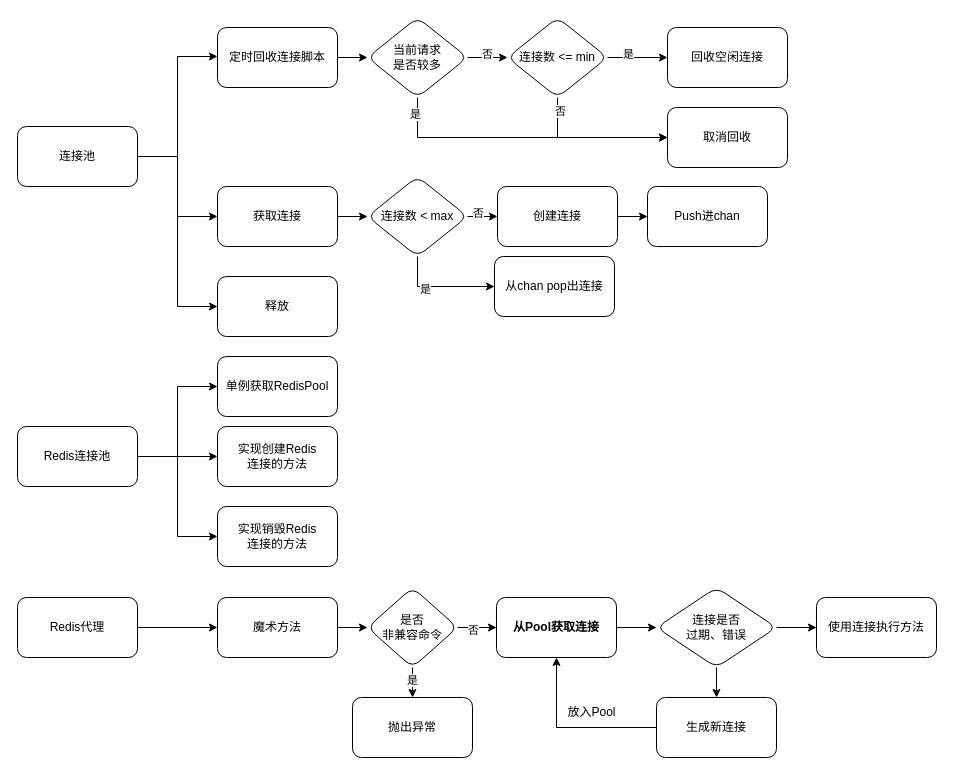
The draw.io diagram 连接池.drawio in dingdu/7days-golang, before the edit. Source tidied: cells renumbered, new cells numbered last; positions are measured from the earlier drawing's top-left corner, leaving out a move shared by most shapes. Both pictures are drawn from the tidied source at 100%, with x=0, y=0 at pixel (17, 17).
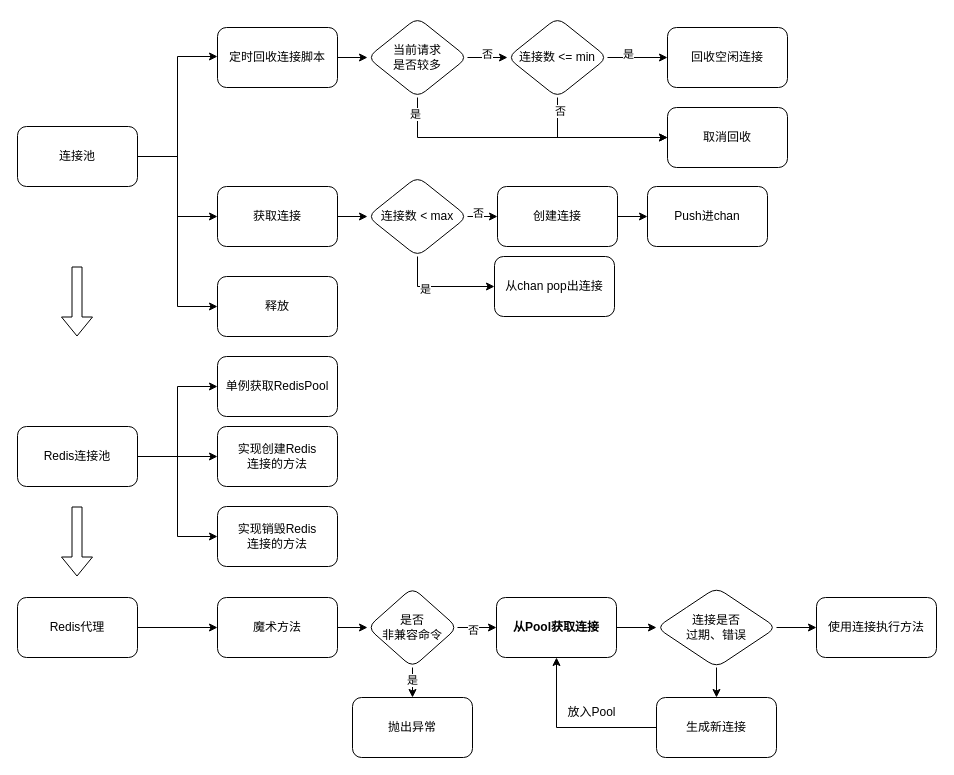
Above is the later version.

Commit message (it also covers changes not shown here):
更新连接池.drawio

Change to the diagram source:
```diff
@@
+    <mxCell id="58" style="shape=flexArrow;endArrow=classic;html=1;rounded=0;" parent="1" edge="1">
+      <mxGeometry relative="1" as="geometry">
+        <mxPoint x="59.5" y="249" as="sourcePoint" />
+        <mxPoint x="59.5" y="319" as="targetPoint" />
+      </mxGeometry>
+    </mxCell>
+    <mxCell id="59" style="shape=flexArrow;endArrow=classic;html=1;rounded=0;" parent="1" edge="1">
+      <mxGeometry relative="1" as="geometry">
+        <mxPoint x="59.5" y="489" as="sourcePoint" />
+        <mxPoint x="59.5" y="559" as="targetPoint" />
+      </mxGeometry>
+    </mxCell>
```
